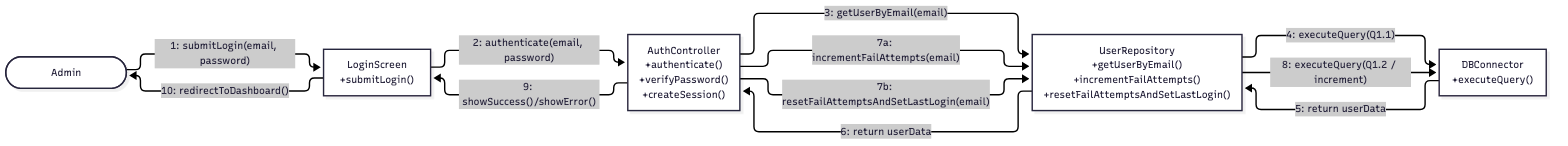
The Mermaid diagram 03-chapter2-use-case-descriptions/diagrams/png/1A-collaboration.png in xbpkdi/321-sa-proj, before a commit. Its source is kept beside it as 03-chapter2-use-case-descriptions/diagrams/mmd/1A-collaboration.mmd. Its diagram source:
```mermaid
%%{init: {'flowchart': {'nodeSpacing': 50, 'rankSpacing': 90, 'curve': 'linear'}}}%%
graph LR
    Admin(["Admin"])
    Screen["LoginScreen<br/>+submitLogin()"]
    AuthC["AuthController<br/>+authenticate()<br/>+verifyPassword()<br/>+createSession()"]
    UserRepo["UserRepository<br/>+getUserByEmail()<br/>+incrementFailAttempts()<br/>+resetFailAttemptsAndSetLastLogin()"]
    DB["DBConnector<br/>+executeQuery()"]

    Admin -->|"1: submitLogin(email, password)"| Screen
    Screen -->|"2: authenticate(email, password)"| AuthC
    AuthC -->|"3: getUserByEmail(email)"| UserRepo
    UserRepo -->|"4: executeQuery(Q1.1)"| DB
    DB -->|"5: return userData"| UserRepo
    UserRepo -->|"6: return userData"| AuthC
    AuthC -->|"7a: incrementFailAttempts(email)"| UserRepo
    AuthC -->|"7b: resetFailAttemptsAndSetLastLogin(email)"| UserRepo
    UserRepo -->|"8: executeQuery(Q1.2 / increment)"| DB
    AuthC -->|"9: showSuccess()/showError()"| Screen
    Screen -->|"10: redirectToDashboard()"| Admin
```
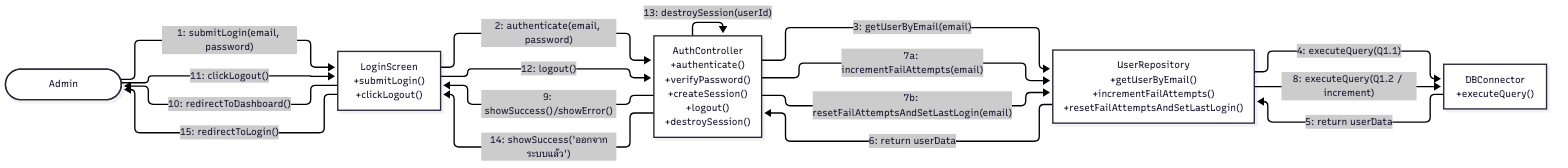
Above is the later version.

Commit message:
docs: extend use case 1A to cover logging out

The edit, as a diff of the source:
```diff
@@ -1,8 +1,8 @@
 %%{init: {'flowchart': {'nodeSpacing': 50, 'rankSpacing': 90, 'curve': 'linear'}}}%%
 graph LR
     Admin(["Admin"])
-    Screen["LoginScreen<br/>+submitLogin()"]
-    AuthC["AuthController<br/>+authenticate()<br/>+verifyPassword()<br/>+createSession()"]
+    Screen["LoginScreen<br/>+submitLogin()<br/>+clickLogout()"]
+    AuthC["AuthController<br/>+authenticate()<br/>+verifyPassword()<br/>+createSession()<br/>+logout()<br/>+destroySession()"]
     UserRepo["UserRepository<br/>+getUserByEmail()<br/>+incrementFailAttempts()<br/>+resetFailAttemptsAndSetLastLogin()"]
     DB["DBConnector<br/>+executeQuery()"]
 
@@ -17,3 +17,8 @@
     UserRepo -->|"8: executeQuery(Q1.2 / increment)"| DB
     AuthC -->|"9: showSuccess()/showError()"| Screen
     Screen -->|"10: redirectToDashboard()"| Admin
+    Admin -->|"11: clickLogout()"| Screen
+    Screen -->|"12: logout()"| AuthC
+    AuthC -->|"13: destroySession(userId)"| AuthC
+    AuthC -->|"14: showSuccess('ออกจากระบบแล้ว')"| Screen
+    Screen -->|"15: redirectToLogin()"| Admin
```
